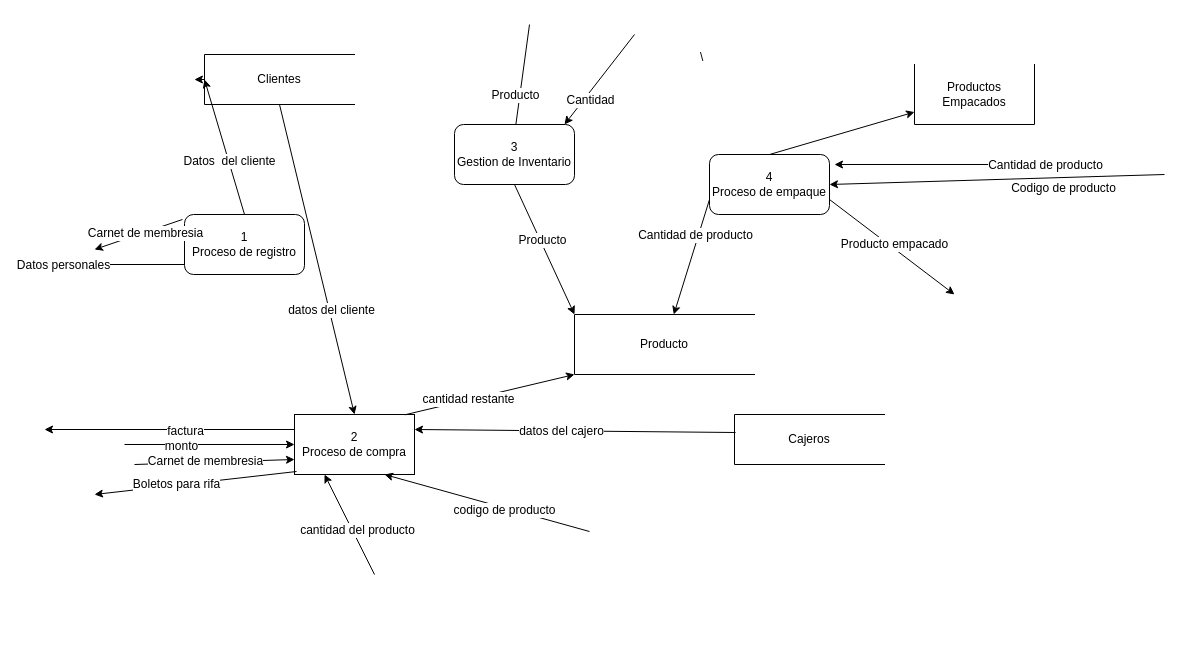
The draw.io diagram Diagrama nivel 1.drawio in Nizar4790k/Liverpool, before the edit. Source tidied: cells renumbered, new cells numbered last; positions are measured from the earlier drawing's top-left corner, leaving out a move shared by most shapes. Both pictures are drawn from the tidied source at 100%, with x=0, y=0 at pixel (44, 24).
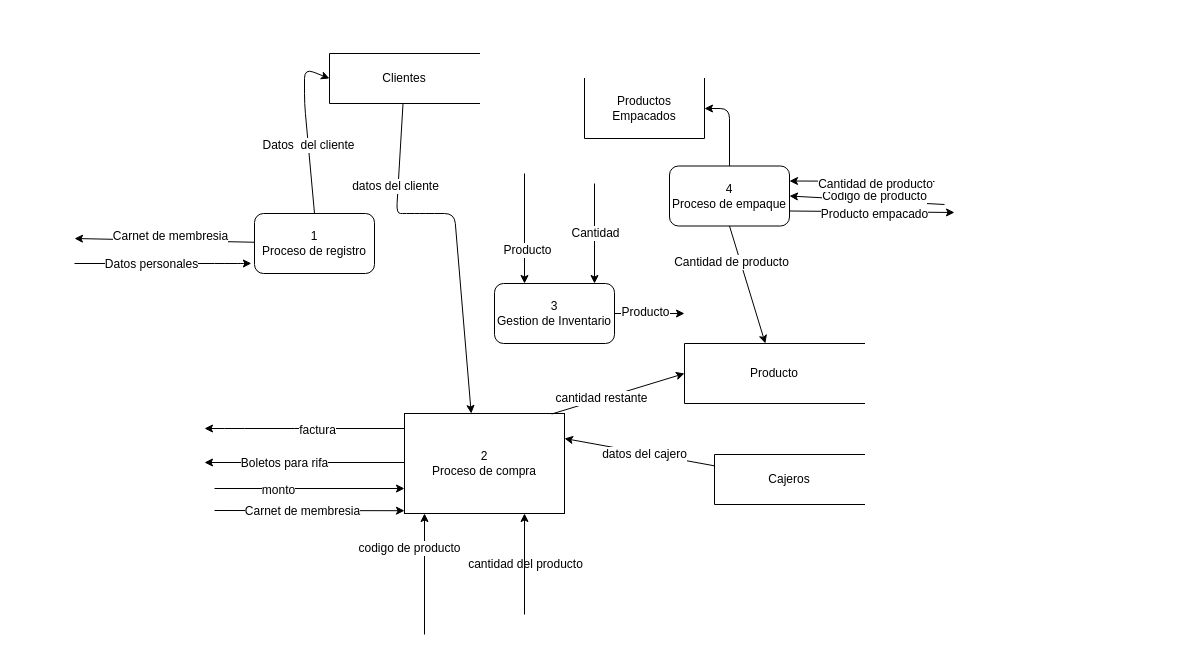
Above is the later version.

Diff of the diagram source:
```diff
@@
-    <mxCell id="2" style="endArrow=classic;html=1;" parent="1" edge="1">
+    <mxCell id="2" style="endArrow=classic;html=1;entryX=-0.026;entryY=0.832;entryDx=0;entryDy=0;entryPerimeter=0;" parent="1" edge="1" target="4">
       <mxGeometry relative="1" as="geometry">
-        <mxPoint x="10" y="240" as="sourcePoint" />
-        <mxPoint x="150" y="240" as="targetPoint" />
+        <mxPoint x="30" y="239" as="sourcePoint" />
+        <Array as="points">
+          <mxPoint x="180" y="239" />
+          <mxPoint x="197" y="239" />
+        </Array>
       </mxGeometry>
     </mxCell>
     <mxCell id="3" value="Datos personales" style="text;html=1;align=center;verticalAlign=middle;labelBackgroundColor=#ffffff;" parent="2" vertex="1">
       <mxGeometry x="-0.21" y="-1" relative="1" as="geometry">
-        <mxPoint x="-46.5" y="-1" as="offset" />
+        <mxPoint x="6.5" y="-1" as="offset" />
       </mxGeometry>
     </mxCell>
     <mxCell id="4" value="1&lt;br&gt;Proceso de registro" style="rounded=1;whiteSpace=wrap;html=1;" parent="1" vertex="1">
-      <mxGeometry x="140" y="190" width="120" height="60" as="geometry" />
+      <mxGeometry x="210" y="189" width="120" height="60" as="geometry" />
     </mxCell>
     <mxCell id="5" style="endArrow=classic;html=1;exitX=0.5;exitY=0;exitDx=0;exitDy=0;entryX=0.5;entryY=1;entryDx=0;entryDy=0;" parent="1" edge="1" source="4" target="8">
-      <mxGeometry relative="1" as="geometry" />
+      <mxGeometry relative="1" as="geometry">
+        <Array as="points">
+          <mxPoint x="260" y="79" />
+          <mxPoint x="260" y="44" />
+        </Array>
+      </mxGeometry>
     </mxCell>
@@
-    <mxCell id="7" style="edgeStyle=orthogonalEdgeStyle;rounded=0;jettySize=auto;html=1;exitX=0.5;exitY=1;exitDx=0;exitDy=0;" parent="1" edge="1" source="8">
-      <mxGeometry relative="1" as="geometry">
-        <mxPoint x="149.9" y="55.4" as="targetPoint" />
-      </mxGeometry>
-    </mxCell>
     <mxCell id="8" value="Clientes" style="shape=partialRectangle;whiteSpace=wrap;html=1;bottom=1;right=1;left=1;top=0;fillColor=none;routingCenterX=-0.5;direction=south;" parent="1" vertex="1">
-      <mxGeometry x="160" y="30" width="150" height="50" as="geometry" />
+      <mxGeometry x="285" y="29" width="150" height="50" as="geometry" />
     </mxCell>
-    <mxCell id="9" style="endArrow=classic;html=1;exitX=-0.017;exitY=0.083;exitDx=0;exitDy=0;exitPerimeter=0;" parent="1" edge="1" source="4">
+    <mxCell id="9" style="endArrow=classic;html=1;" parent="1" edge="1" source="4">
       <mxGeometry relative="1" as="geometry">
-        <mxPoint x="50" y="225" as="targetPoint" />
+        <mxPoint x="30" y="214" as="targetPoint" />
       </mxGeometry>
     </mxCell>
     <mxCell id="10" value="Carnet de membresia" style="text;html=1;align=center;verticalAlign=middle;labelBackgroundColor=#ffffff;" parent="9" vertex="1">
-      <mxGeometry x="-0.14" y="1" relative="1" as="geometry" />
+      <mxGeometry x="-0.14" y="1" relative="1" as="geometry">
+        <mxPoint x="-7.5" y="-6" as="offset" />
+      </mxGeometry>
     </mxCell>
-    <mxCell id="11" style="endArrow=classic;html=1;entryX=0;entryY=0.5;entryDx=0;entryDy=0;" parent="1" edge="1" target="13">
+    <mxCell id="11" style="endArrow=classic;html=1;entryX=0;entryY=0.75;entryDx=0;entryDy=0;" parent="1" edge="1" target="13">
       <mxGeometry relative="1" as="geometry">
-        <mxPoint x="80" y="420" as="sourcePoint" />
+        <mxPoint x="170" y="464" as="sourcePoint" />
       </mxGeometry>
     </mxCell>
@@
     <mxCell id="13" value="2&lt;br&gt;Proceso de compra" style="rounded=0;whiteSpace=wrap;html=1;" parent="1" vertex="1">
-      <mxGeometry x="250" y="390" width="120" height="60" as="geometry" />
+      <mxGeometry x="360" y="389" width="160" height="100" as="geometry" />
     </mxCell>
-    <mxCell id="14" style="endArrow=classic;html=1;entryX=0;entryY=0.75;entryDx=0;entryDy=0;" parent="1" edge="1" target="13">
+    <mxCell id="14" style="endArrow=classic;html=1;entryX=0;entryY=0.972;entryDx=0;entryDy=0;entryPerimeter=0;" parent="1" edge="1" target="13">
       <mxGeometry relative="1" as="geometry">
-        <mxPoint x="90" y="440" as="sourcePoint" />
+        <mxPoint x="170" y="486" as="sourcePoint" />
       </mxGeometry>
     </mxCell>
@@
-    <mxCell id="16" style="endArrow=classic;html=1;exitX=0;exitY=0.25;exitDx=0;exitDy=0;" parent="1" edge="1" source="13">
+    <mxCell id="16" style="endArrow=classic;html=1;" parent="1" edge="1">
       <mxGeometry relative="1" as="geometry">
-        <mxPoint y="405" as="targetPoint" />
+        <mxPoint x="360" y="404" as="sourcePoint" />
+        <mxPoint x="160" y="404" as="targetPoint" />
+        <Array as="points">
+          <mxPoint x="260" y="404" />
+          <mxPoint x="190" y="404" />
+        </Array>
       </mxGeometry>
     </mxCell>
@@
-    <mxCell id="18" style="endArrow=classic;html=1;exitX=0.017;exitY=0.95;exitDx=0;exitDy=0;exitPerimeter=0;" parent="1" edge="1" source="13">
+    <mxCell id="18" style="endArrow=classic;html=1;" parent="1" edge="1">
       <mxGeometry relative="1" as="geometry">
-        <mxPoint x="50" y="470" as="targetPoint" />
+        <mxPoint x="360" y="438" as="sourcePoint" />
+        <mxPoint x="160" y="438" as="targetPoint" />
       </mxGeometry>
     </mxCell>
     <mxCell id="19" value="Boletos para rifa" style="text;html=1;align=center;verticalAlign=middle;labelBackgroundColor=#ffffff;" parent="18" vertex="1">
-      <mxGeometry x="0.19" y="-1" relative="1" as="geometry" />
+      <mxGeometry x="0.19" y="-1" relative="1" as="geometry">
+        <mxPoint x="-1.5" y="1" as="offset" />
+      </mxGeometry>
     </mxCell>
-    <mxCell id="20" style="endArrow=classic;html=1;exitX=1;exitY=0.5;exitDx=0;exitDy=0;entryX=0.5;entryY=0;entryDx=0;entryDy=0;" parent="1" edge="1" source="8" target="13">
-      <mxGeometry relative="1" as="geometry" />
+    <mxCell id="20" style="endArrow=classic;html=1;entryX=0.417;entryY=0;entryDx=0;entryDy=0;entryPerimeter=0;" parent="1" edge="1" source="8" target="13">
+      <mxGeometry relative="1" as="geometry">
+        <Array as="points">
+          <mxPoint x="352" y="189" />
+          <mxPoint x="360" y="189" />
+          <mxPoint x="380" y="189" />
+          <mxPoint x="410" y="189" />
+        </Array>
+      </mxGeometry>
     </mxCell>
     <mxCell id="21" value="datos del cliente" style="text;html=1;align=center;verticalAlign=middle;labelBackgroundColor=#ffffff;" parent="20" vertex="1">
-      <mxGeometry x="0.33" y="2" relative="1" as="geometry" />
+      <mxGeometry x="0.33" y="2" relative="1" as="geometry">
+        <mxPoint x="-68" y="-103.5" as="offset" />
+      </mxGeometry>
     </mxCell>
     <mxCell id="22" value="Cajeros" style="shape=partialRectangle;whiteSpace=wrap;html=1;bottom=1;right=1;left=1;top=0;fillColor=none;routingCenterX=-0.5;direction=south;" parent="1" vertex="1">
-      <mxGeometry x="690" y="390" width="150" height="50" as="geometry" />
+      <mxGeometry x="670" y="430" width="150" height="50" as="geometry" />
     </mxCell>
     <mxCell id="23" style="endArrow=classic;html=1;" parent="1" edge="1">
       <mxGeometry relative="1" as="geometry">
-        <mxPoint x="330" y="550" as="sourcePoint" />
-        <mxPoint x="280" y="450" as="targetPoint" />
+        <mxPoint x="380" y="610" as="sourcePoint" />
+        <mxPoint x="380" y="489" as="targetPoint" />
       </mxGeometry>
     </mxCell>
     <mxCell id="24" value="cantidad del producto" style="text;html=1;align=center;verticalAlign=middle;labelBackgroundColor=#ffffff;" parent="23" vertex="1">
       <mxGeometry x="-0.26" y="1" relative="1" as="geometry">
-        <mxPoint x="2" y="-8" as="offset" />
+        <mxPoint x="101" y="-25.5" as="offset" />
       </mxGeometry>
     </mxCell>
-    <mxCell id="25" style="endArrow=classic;html=1;exitX=0;exitY=0.617;exitDx=0;exitDy=0;exitPerimeter=0;entryX=0.75;entryY=1;entryDx=0;entryDy=0;" parent="1" edge="1" target="13">
+    <mxCell id="25" style="endArrow=classic;html=1;entryX=0.75;entryY=1;entryDx=0;entryDy=0;" parent="1" edge="1" target="13">
       <mxGeometry relative="1" as="geometry">
-        <mxPoint x="545" y="507" as="sourcePoint" />
+        <mxPoint x="480" y="590" as="sourcePoint" />
       </mxGeometry>
     </mxCell>
     <mxCell id="26" value="codigo de producto" style="text;html=1;align=center;verticalAlign=middle;labelBackgroundColor=#ffffff;" parent="25" vertex="1">
       <mxGeometry x="-0.17" y="3" relative="1" as="geometry">
-        <mxPoint y="-1" as="offset" />
+        <mxPoint x="-113" y="-24.5" as="offset" />
       </mxGeometry>
     </mxCell>
-    <mxCell id="27" style="endArrow=classic;html=1;entryX=1;entryY=0.25;entryDx=0;entryDy=0;exitX=0.36;exitY=0.993;exitDx=0;exitDy=0;exitPerimeter=0;" parent="1" edge="1" source="22" target="13">
+    <mxCell id="27" style="endArrow=classic;html=1;entryX=1;entryY=0.25;entryDx=0;entryDy=0;" parent="1" edge="1" source="22" target="13">
       <mxGeometry relative="1" as="geometry" />
     </mxCell>
     <mxCell id="28" value="datos del cajero" style="text;html=1;align=center;verticalAlign=middle;labelBackgroundColor=#ffffff;" parent="27" vertex="1">
-      <mxGeometry x="0.09" relative="1" as="geometry" />
+      <mxGeometry x="0.09" relative="1" as="geometry">
+        <mxPoint x="11.5" y="3.5" as="offset" />
+      </mxGeometry>
     </mxCell>
     <mxCell id="29" value="Producto" style="shape=partialRectangle;whiteSpace=wrap;html=1;bottom=1;right=1;left=1;top=0;fillColor=none;routingCenterX=-0.5;direction=south;" parent="1" vertex="1">
-      <mxGeometry x="530" y="290" width="180" height="60" as="geometry" />
+      <mxGeometry x="640" y="319" width="180" height="60" as="geometry" />
     </mxCell>
-    <mxCell id="30" style="endArrow=classic;html=1;exitX=0.92;exitY=0.005;exitDx=0;exitDy=0;exitPerimeter=0;entryX=1;entryY=1;entryDx=0;entryDy=0;" parent="1" edge="1" source="13" target="29">
-      <mxGeometry relative="1" as="geometry" />
+    <mxCell id="30" style="endArrow=classic;html=1;exitX=0.92;exitY=0.005;exitDx=0;exitDy=0;exitPerimeter=0;" parent="1" edge="1" source="13">
+      <mxGeometry relative="1" as="geometry">
+        <mxPoint x="640" y="349" as="targetPoint" />
+      </mxGeometry>
     </mxCell>
@@
     <mxCell id="32" style="endArrow=classic;html=1;entryX=1;entryY=0.5;entryDx=0;entryDy=0;" parent="1" edge="1" target="38">
       <mxGeometry relative="1" as="geometry">
-        <mxPoint x="1120" y="150" as="sourcePoint" />
+        <mxPoint x="900" y="180" as="sourcePoint" />
       </mxGeometry>
     </mxCell>
     <mxCell id="33" value="Codigo de producto" style="text;html=1;align=center;verticalAlign=middle;labelBackgroundColor=#ffffff;" parent="32" vertex="1">
       <mxGeometry x="-0.25" y="3" relative="1" as="geometry">
-        <mxPoint x="24.5" y="7" as="offset" />
+        <mxPoint x="-12" y="-8.5" as="offset" />
       </mxGeometry>
     </mxCell>
-    <mxCell id="34" style="endArrow=classic;html=1;" parent="1" edge="1">
+    <mxCell id="34" style="endArrow=classic;html=1;entryX=1;entryY=0.25;entryDx=0;entryDy=0;" parent="1" edge="1" target="38">
       <mxGeometry relative="1" as="geometry">
-        <mxPoint x="950" y="140" as="sourcePoint" />
-        <mxPoint x="790" y="140" as="targetPoint" />
+        <mxPoint x="890" y="157" as="sourcePoint" />
       </mxGeometry>
     </mxCell>
     <mxCell id="35" value="Cantidad de producto" style="text;html=1;align=center;verticalAlign=middle;labelBackgroundColor=#ffffff;" parent="34" vertex="1">
       <mxGeometry x="-0.32" y="-3" relative="1" as="geometry">
-        <mxPoint x="104.5" y="3" as="offset" />
+        <mxPoint x="-11" y="6" as="offset" />
       </mxGeometry>
     </mxCell>
     <mxCell id="36" style="endArrow=classic;html=1;exitX=1;exitY=0.75;exitDx=0;exitDy=0;" parent="1" edge="1" source="38">
       <mxGeometry relative="1" as="geometry">
-        <mxPoint x="910" y="270" as="targetPoint" />
+        <mxPoint x="910" y="188" as="targetPoint" />
       </mxGeometry>
     </mxCell>
     <mxCell id="37" value="Producto empacado" style="text;html=1;align=center;verticalAlign=middle;labelBackgroundColor=#ffffff;" parent="36" vertex="1">
       <mxGeometry x="-0.29" y="-1" relative="1" as="geometry">
-        <mxPoint x="20.5" y="10" as="offset" />
+        <mxPoint x="26" y="1" as="offset" />
       </mxGeometry>
     </mxCell>
     <mxCell id="38" value="4&lt;br&gt;Proceso de empaque" style="rounded=1;whiteSpace=wrap;html=1;" parent="1" vertex="1">
-      <mxGeometry x="665" y="130" width="120" height="60" as="geometry" />
+      <mxGeometry x="625" y="141.5" width="120" height="60" as="geometry" />
     </mxCell>
-    <mxCell id="39" style="endArrow=classic;html=1;exitX=0;exitY=0.75;exitDx=0;exitDy=0;" parent="1" edge="1" source="38" target="29">
+    <mxCell id="39" style="endArrow=classic;html=1;exitX=0.5;exitY=1;exitDx=0;exitDy=0;" parent="1" edge="1" source="38" target="29">
       <mxGeometry relative="1" as="geometry" />
     </mxCell>
@@
     <mxCell id="41" value="Productos Empacados" style="shape=partialRectangle;whiteSpace=wrap;html=1;bottom=1;right=1;left=1;top=0;fillColor=none;routingCenterX=-0.5;" parent="1" vertex="1">
-      <mxGeometry x="870" y="40" width="120" height="60" as="geometry" />
+      <mxGeometry x="540" y="54" width="120" height="60" as="geometry" />
     </mxCell>
-    <mxCell id="42" style="endArrow=classic;html=1;exitX=0.5;exitY=0;exitDx=0;exitDy=0;" parent="1" edge="1" source="38" target="41">
-      <mxGeometry relative="1" as="geometry" />
+    <mxCell id="42" style="endArrow=classic;html=1;exitX=0.5;exitY=0;exitDx=0;exitDy=0;entryX=1;entryY=0.5;entryDx=0;entryDy=0;" parent="1" edge="1" source="38" target="41">
+      <mxGeometry relative="1" as="geometry">
+        <Array as="points">
+          <mxPoint x="685" y="84" />
+        </Array>
+      </mxGeometry>
     </mxCell>
     <mxCell id="43" style="endArrow=classic;html=1;" parent="1" edge="1">
       <mxGeometry relative="1" as="geometry">
-        <mxPoint x="485" as="sourcePoint" />
-        <mxPoint x="470" y="110" as="targetPoint" />
+        <mxPoint x="480" y="149" as="sourcePoint" />
+        <mxPoint x="480" y="259" as="targetPoint" />
       </mxGeometry>
     </mxCell>
     <mxCell id="44" value="Producto" style="text;html=1;align=center;verticalAlign=middle;labelBackgroundColor=#ffffff;" parent="43" vertex="1">
-      <mxGeometry x="0.38" y="6" relative="1" as="geometry">
-        <mxPoint x="-10.5" y="-6.5" as="offset" />
-      </mxGeometry>
+      <mxGeometry x="0.38" y="2" relative="1" as="geometry" />
     </mxCell>
     <mxCell id="45" style="endArrow=classic;html=1;" parent="1" edge="1">
       <mxGeometry relative="1" as="geometry">
-        <mxPoint x="590" y="10" as="sourcePoint" />
-        <mxPoint x="520" y="100" as="targetPoint" />
+        <mxPoint x="550" y="159" as="sourcePoint" />
+        <mxPoint x="550" y="259" as="targetPoint" />
       </mxGeometry>
     </mxCell>
     <mxCell id="46" value="Cantidad" style="text;html=1;align=center;verticalAlign=middle;labelBackgroundColor=#ffffff;" parent="45" vertex="1">
       <mxGeometry x="0.4" y="6" relative="1" as="geometry">
-        <mxPoint y="-1" as="offset" />
+        <mxPoint x="-6" y="-20.5" as="offset" />
       </mxGeometry>
     </mxCell>
-    <mxCell id="47" value="\" style="text;html=1;align=left;verticalAlign=top;spacingTop=-4;" parent="1" vertex="1">
-      <mxGeometry x="654" y="23" width="20" height="20" as="geometry" />
-    </mxCell>
     <mxCell id="48" value="3&lt;br&gt;Gestion de Inventario" style="rounded=1;whiteSpace=wrap;html=1;" parent="1" vertex="1">
-      <mxGeometry x="410" y="100" width="120" height="60" as="geometry" />
+      <mxGeometry x="450" y="259" width="120" height="60" as="geometry" />
     </mxCell>
-    <mxCell id="49" style="endArrow=classic;html=1;entryX=0;entryY=1;entryDx=0;entryDy=0;exitX=0.5;exitY=1;exitDx=0;exitDy=0;" parent="1" edge="1" source="48" target="29">
-      <mxGeometry relative="1" as="geometry" />
+    <mxCell id="49" style="endArrow=classic;html=1;entryX=0;entryY=1;entryDx=0;entryDy=0;" parent="1" edge="1" source="48">
+      <mxGeometry relative="1" as="geometry">
+        <mxPoint x="640" y="289" as="targetPoint" />
+      </mxGeometry>
     </mxCell>
```
